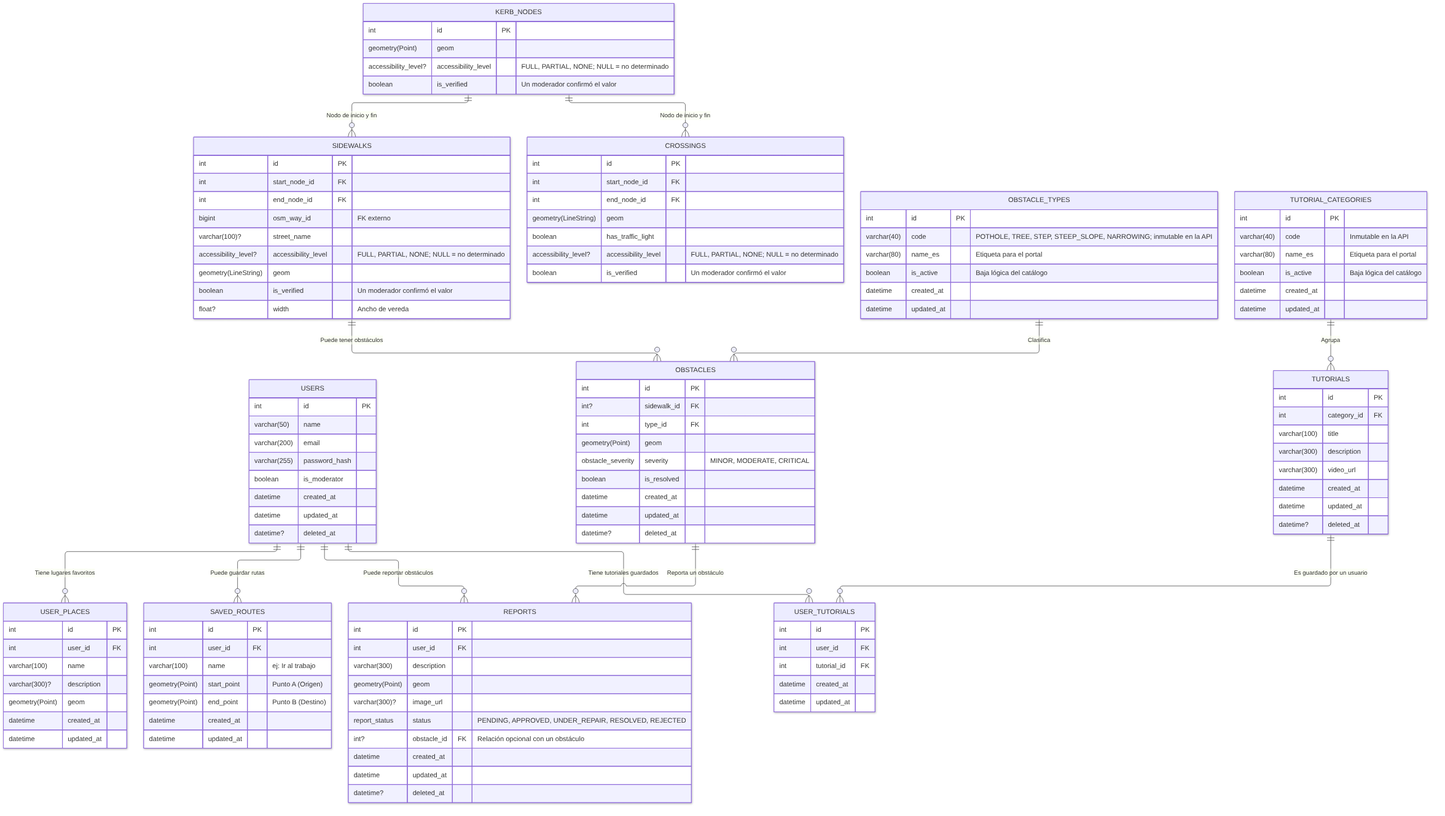
Before: docs/diagrams/imgs/01-DER.png, a diagram exported from Mermaid (BLP-Technologies/rodando-x-mza). Its source is kept beside it as docs/diagrams/01-DER.mmd.
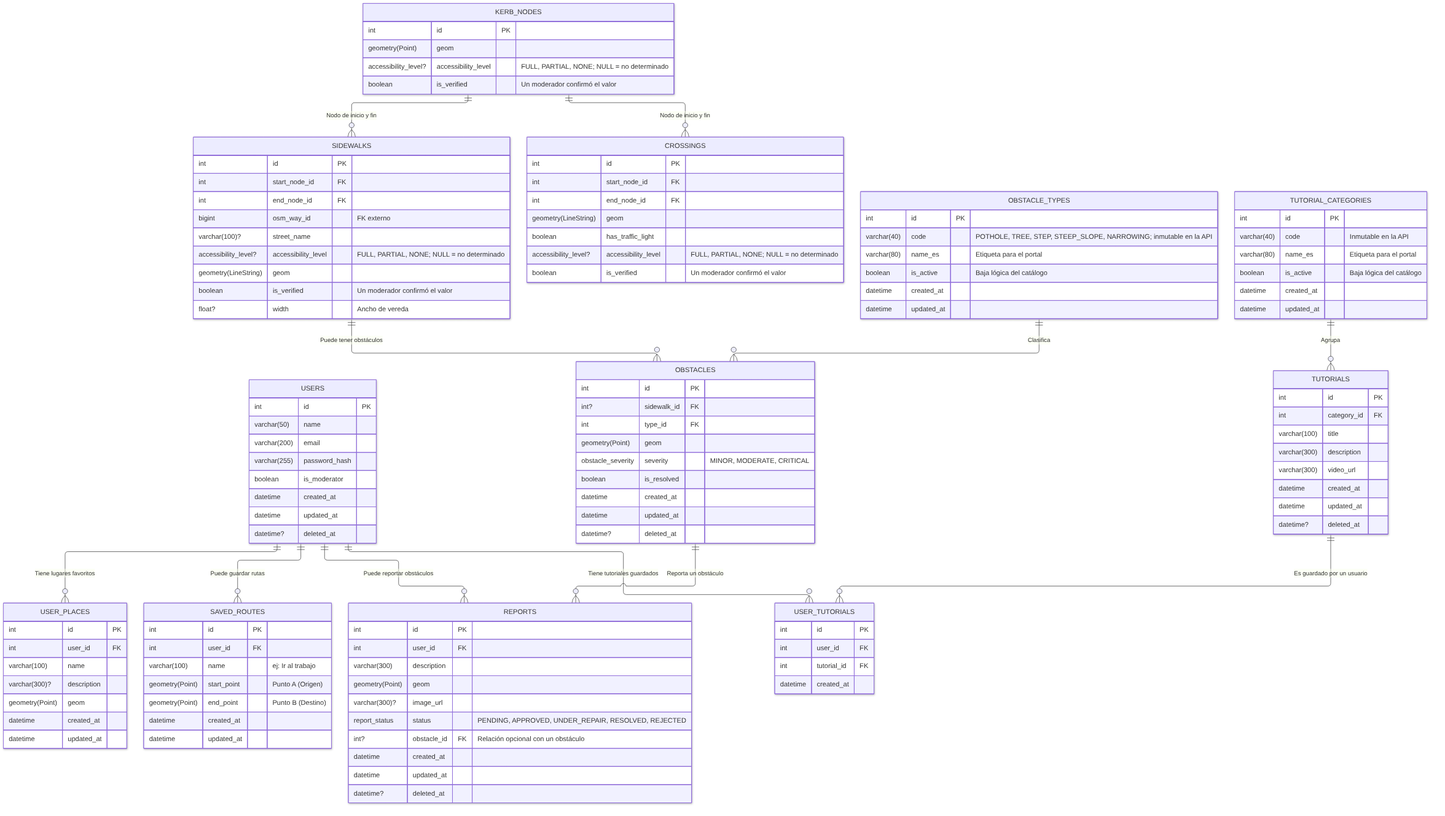
After the commit.

Diff of the diagram source:
```diff
@@ -119,7 +119,6 @@
         int user_id FK
         int tutorial_id FK
         datetime created_at
-        datetime updated_at
     }
 
     USERS ||--o{ USER_PLACES: "Tiene lugares favoritos"
```
